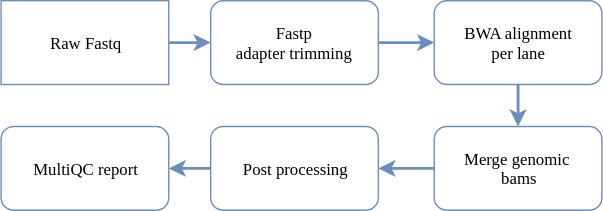
Earlier version of the draw.io export images/genome.svg (imperial-genomics-facility/igf-pipeline-help). Source tidied: cells renumbered, new cells last; positions are measured from the earlier drawing's top-left corner, leaving out a move shared by most shapes.
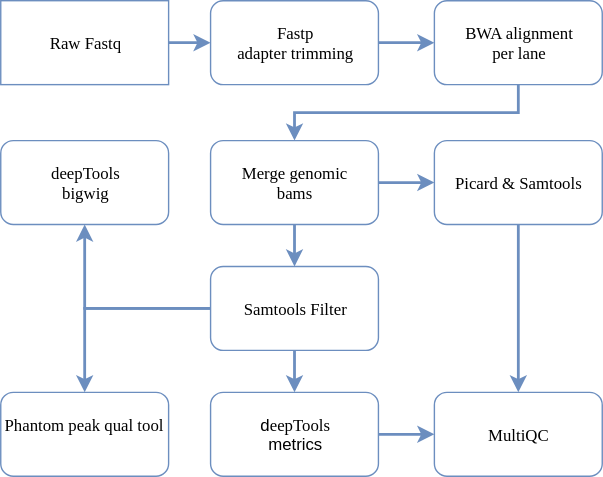
The same file after the commit.

Commit message:
alignment qc update part 1

What changed in the source:
```diff
@@ -14,7 +14,7 @@
     <mxCell id="5" value="&lt;font face=&quot;Lucida Console&quot;&gt;Fastp &lt;br&gt;adapter trimming&lt;/font&gt;" style="rounded=1;whiteSpace=wrap;html=1;fillColor=none;strokeColor=#6c8ebf;" parent="1" vertex="1">
       <mxGeometry x="150" width="120" height="60" as="geometry" />
     </mxCell>
-    <mxCell id="6" style="edgeStyle=orthogonalEdgeStyle;rounded=0;html=1;jettySize=auto;strokeWidth=2;fillColor=#dae8fc;strokeColor=#6c8ebf;" parent="1" edge="1" source="7" target="9">
+    <mxCell id="6" style="edgeStyle=orthogonalEdgeStyle;rounded=0;jettySize=auto;html=1;exitX=0.5;exitY=1;exitDx=0;exitDy=0;entryX=0.5;entryY=0;entryDx=0;entryDy=0;strokeColor=#6C8EBF;strokeWidth=2;" parent="1" edge="1" source="7" target="9">
       <mxGeometry relative="1" as="geometry" />
     </mxCell>
     <mxCell id="7" value="&lt;font face=&quot;Lucida Console&quot;&gt;BWA alignment&lt;br&gt;per lane&lt;br&gt;&lt;/font&gt;" style="rounded=1;whiteSpace=wrap;html=1;fillColor=none;strokeColor=#6c8ebf;" parent="1" vertex="1">
@@ -23,17 +23,44 @@
     <mxCell id="8" style="edgeStyle=orthogonalEdgeStyle;rounded=0;html=1;jettySize=auto;strokeWidth=2;fillColor=#dae8fc;strokeColor=#6c8ebf;" parent="1" edge="1" source="9" target="11">
       <mxGeometry relative="1" as="geometry" />
     </mxCell>
+    <mxCell id="13" style="edgeStyle=orthogonalEdgeStyle;rounded=0;jettySize=auto;html=1;strokeColor=#6C8EBF;strokeWidth=2;" parent="1" edge="1" source="9" target="18">
+      <mxGeometry relative="1" as="geometry" />
+    </mxCell>
-    <mxCell id="9" value="&lt;font face=&quot;Lucida Console&quot;&gt;&lt;span&gt;Merge genomic&amp;nbsp;&lt;/span&gt;&lt;br&gt;&lt;span&gt;bams&lt;/span&gt;&lt;/font&gt;" style="rounded=1;whiteSpace=wrap;html=1;fillColor=none;strokeColor=#6c8ebf;" parent="1" vertex="1">
-      <mxGeometry x="310" y="90" width="120" height="60" as="geometry" />
+    <mxCell id="9" value="&lt;font face=&quot;Lucida Console&quot;&gt;Merge genomic &lt;br&gt;bams&lt;/font&gt;" style="rounded=1;whiteSpace=wrap;html=1;fillColor=none;strokeColor=#6c8ebf;" parent="1" vertex="1">
+      <mxGeometry x="150" y="100" width="120" height="60" as="geometry" />
     </mxCell>
-    <mxCell id="10" style="edgeStyle=orthogonalEdgeStyle;rounded=0;html=1;jettySize=auto;strokeWidth=2;fillColor=#dae8fc;strokeColor=#6c8ebf;" parent="1" edge="1" source="11" target="12">
-      <mxGeometry relative="1" as="geometry" />
-    </mxCell>
+    <mxCell id="14" style="edgeStyle=orthogonalEdgeStyle;rounded=0;jettySize=auto;html=1;exitX=0.5;exitY=1;exitDx=0;exitDy=0;strokeColor=#6C8EBF;strokeWidth=2;" parent="1" edge="1" source="11" target="23">
+      <mxGeometry relative="1" as="geometry" />
+    </mxCell>
-    <mxCell id="11" value="&lt;font face=&quot;Lucida Console&quot;&gt;Post processing&lt;/font&gt;" style="rounded=1;whiteSpace=wrap;html=1;fillColor=none;strokeColor=#6c8ebf;" parent="1" vertex="1">
-      <mxGeometry x="150" y="90" width="120" height="60" as="geometry" />
+    <mxCell id="11" value="&lt;font face=&quot;Lucida Console&quot;&gt;Picard &amp;amp; Samtools&lt;/font&gt;" style="rounded=1;whiteSpace=wrap;html=1;fillColor=none;strokeColor=#6c8ebf;" parent="1" vertex="1">
+      <mxGeometry x="310" y="100" width="120" height="60" as="geometry" />
     </mxCell>
-    <mxCell id="12" value="&lt;span&gt;&lt;font face=&quot;Lucida Console&quot;&gt;MultiQC report&lt;/font&gt;&lt;/span&gt;" style="rounded=1;whiteSpace=wrap;html=1;fillColor=none;strokeColor=#6c8ebf;" parent="1" vertex="1">
-      <mxGeometry y="90" width="120" height="60" as="geometry" />
-    </mxCell>
+    <mxCell id="15" style="edgeStyle=orthogonalEdgeStyle;rounded=0;jettySize=auto;html=1;strokeColor=#6C8EBF;strokeWidth=2;" parent="1" edge="1" source="18" target="20">
+      <mxGeometry relative="1" as="geometry" />
+    </mxCell>
+    <mxCell id="16" style="edgeStyle=orthogonalEdgeStyle;rounded=0;jettySize=auto;html=1;strokeColor=#6C8EBF;strokeWidth=2;" parent="1" edge="1" source="18" target="22">
+      <mxGeometry relative="1" as="geometry" />
+    </mxCell>
+    <mxCell id="17" style="edgeStyle=orthogonalEdgeStyle;rounded=0;jettySize=auto;html=1;exitX=0;exitY=0.5;exitDx=0;exitDy=0;entryX=0.5;entryY=0;entryDx=0;entryDy=0;strokeColor=#6C8EBF;strokeWidth=2;" parent="1" edge="1" source="18" target="19">
+      <mxGeometry relative="1" as="geometry" />
+    </mxCell>
+    <mxCell id="18" value="&lt;font face=&quot;Lucida Console&quot;&gt;Samtools Filter&lt;/font&gt;&lt;br&gt;" style="rounded=1;whiteSpace=wrap;html=1;fillColor=none;strokeColor=#6c8ebf;" parent="1" vertex="1">
+      <mxGeometry x="150" y="190" width="120" height="60" as="geometry" />
+    </mxCell>
+    <mxCell id="19" value="&lt;font face=&quot;Lucida Console&quot;&gt;Phantom peak qual tool&lt;/font&gt;&lt;br&gt;" style="rounded=1;whiteSpace=wrap;html=1;fillColor=none;strokeColor=#6c8ebf;" parent="1" vertex="1">
+      <mxGeometry y="280" width="120" height="60" as="geometry" />
+    </mxCell>
+    <mxCell id="20" value="&lt;font face=&quot;Lucida Console&quot;&gt;deepTools&lt;br&gt;bigwig&lt;/font&gt;" style="rounded=1;whiteSpace=wrap;html=1;fillColor=none;strokeColor=#6c8ebf;" parent="1" vertex="1">
+      <mxGeometry y="100" width="120" height="60" as="geometry" />
+    </mxCell>
+    <mxCell id="21" style="edgeStyle=orthogonalEdgeStyle;rounded=0;jettySize=auto;html=1;strokeColor=#6C8EBF;strokeWidth=2;" parent="1" edge="1" source="22" target="23">
+      <mxGeometry relative="1" as="geometry" />
+    </mxCell>
+    <mxCell id="22" value="d&lt;font face=&quot;Lucida Console&quot;&gt;eepTools&lt;br&gt;&lt;/font&gt;metrics" style="rounded=1;whiteSpace=wrap;html=1;fillColor=none;strokeColor=#6c8ebf;" parent="1" vertex="1">
+      <mxGeometry x="150" y="280" width="120" height="60" as="geometry" />
+    </mxCell>
+    <mxCell id="23" value="&lt;font face=&quot;Lucida Console&quot;&gt;MultiQC&lt;/font&gt;&lt;br&gt;" style="rounded=1;whiteSpace=wrap;html=1;fillColor=none;strokeColor=#6c8ebf;" parent="1" vertex="1">
+      <mxGeometry x="310" y="280" width="120" height="60" as="geometry" />
+    </mxCell>
   </root>
 </mxGraphModel>
```
